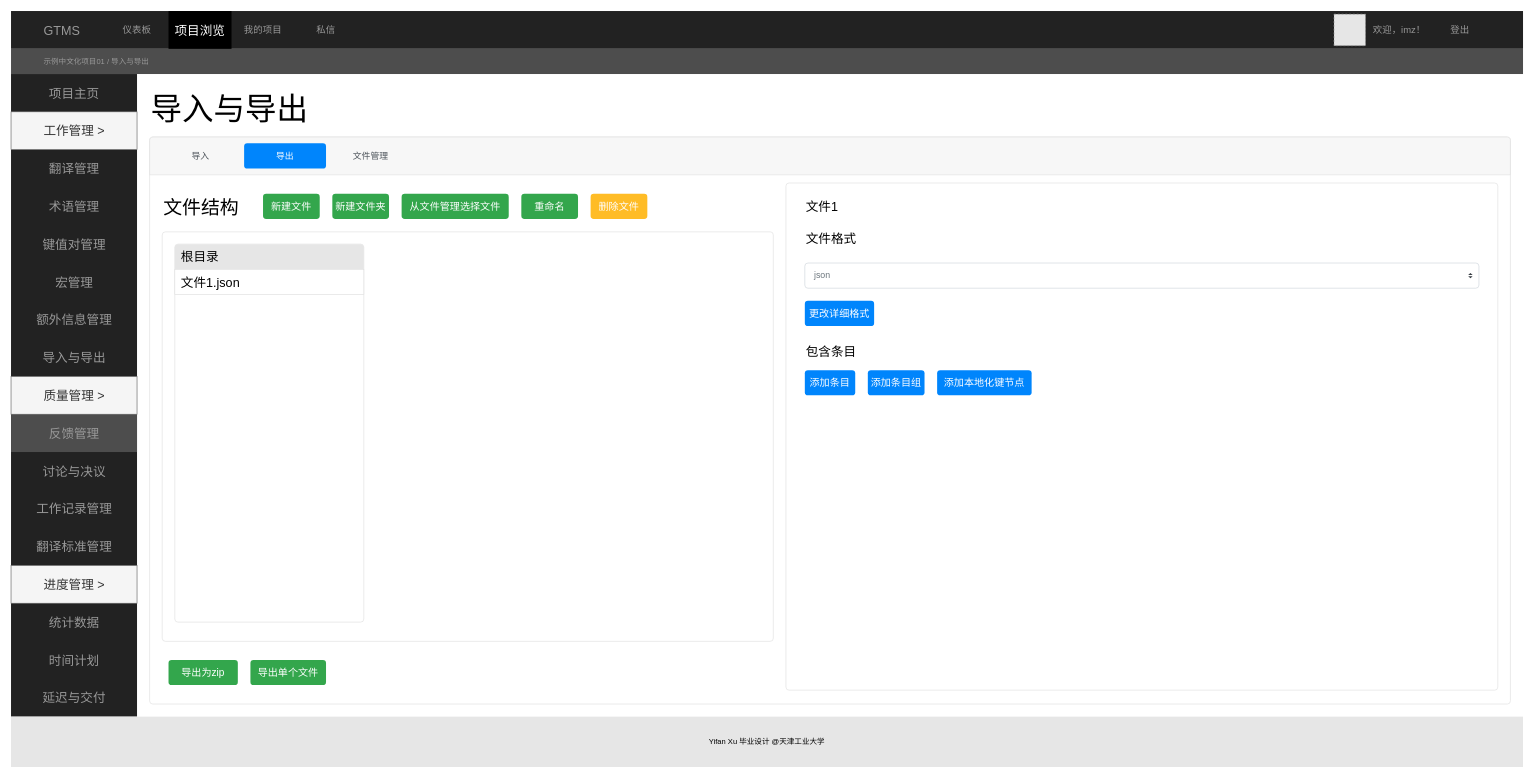
icemeowzhi/bach_final_diags keeps this draw.io diagram as 反馈管理界面.drawio. Above is the earlier version. Source tidied: cells renumbered, new cells numbered last; positions are measured from the earlier drawing's top-left corner, leaving out a move shared by most shapes. Both pictures are drawn from the tidied source at 63%, with x=0, y=0 at pixel (11, 11). Pictures stored in the file or linked from it are replaced by grey dashed boxes.
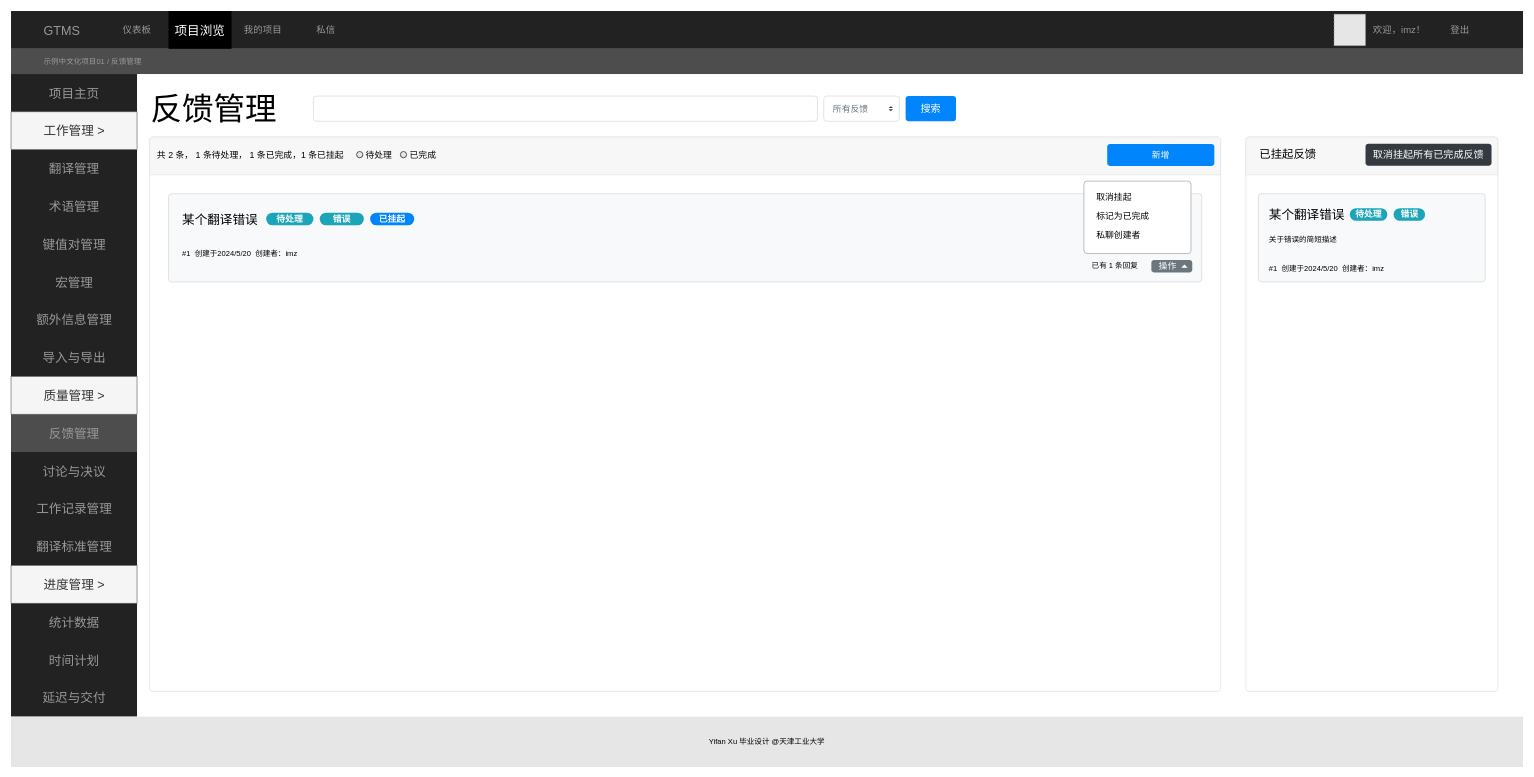
The same diagram, later.

Commit message:
更新反馈管理界面.drawio

Diff of the diagram source:
```diff
@@
+    <mxCell id="61" style="html=1;shadow=0;dashed=0;shape=mxgraph.bootstrap.rrect;rSize=5;strokeColor=#DFDFDF;html=1;whiteSpace=wrap;fillColor=#FFFFFF;fontColor=#000000;" parent="1" vertex="1">
+      <mxGeometry x="1960" y="200" width="400" height="880" as="geometry" />
+    </mxCell>
+    <mxCell id="62" style="html=1;shadow=0;dashed=0;shape=mxgraph.bootstrap.topButton;strokeColor=inherit;fillColor=#F7F7F7;rSize=5;perimeter=none;whiteSpace=wrap;align=center;spacing=20;fontSize=14;" parent="61" vertex="1">
+      <mxGeometry width="400" height="60" relative="1" as="geometry" />
+    </mxCell>
+    <mxCell id="63" value="&lt;div align=&quot;left&quot;&gt;已挂起反馈&lt;/div&gt;" style="text;html=1;align=left;verticalAlign=middle;strokeColor=none;fillColor=none;fontSize=18;" parent="61" vertex="1">
+      <mxGeometry x="20" y="8" width="110" height="40" as="geometry" />
+    </mxCell>
+    <mxCell id="64" style="html=1;shadow=0;dashed=0;shape=mxgraph.bootstrap.rrect;rSize=5;strokeColor=#D2D3D4;html=1;whiteSpace=wrap;fillColor=#F8F9FA;fontColor=#212529;verticalAlign=bottom;align=left;spacing=20;spacingBottom=0;fontSize=14;" parent="61" vertex="1">
+      <mxGeometry x="20" y="90" width="360" height="140" as="geometry" />
+    </mxCell>
+    <mxCell id="65" value="某个翻译错误" style="text;html=1;align=left;verticalAlign=middle;strokeColor=none;fillColor=none;fontSize=20;" parent="61" vertex="1">
+      <mxGeometry x="35" y="103" width="140" height="40" as="geometry" />
+    </mxCell>
+    <mxCell id="66" value="待处理" style="rounded=1;whiteSpace=wrap;html=1;arcSize=50;strokeColor=none;strokeWidth=1;fillColor=#1CA5B8;fontColor=#ffffff;whiteSpace=wrap;align=center;verticalAlign=middle;spacingLeft=0;fontStyle=1;fontSize=14;spacing=10;" parent="61" vertex="1">
+      <mxGeometry x="165" y="113" width="59.6" height="20" as="geometry" />
+    </mxCell>
+    <mxCell id="67" value="错误" style="rounded=1;whiteSpace=wrap;html=1;arcSize=50;strokeColor=none;strokeWidth=1;fillColor=#1CA5B8;fontColor=#ffffff;whiteSpace=wrap;align=center;verticalAlign=middle;spacingLeft=0;fontStyle=1;fontSize=14;spacing=10;" parent="61" vertex="1">
+      <mxGeometry x="234.6" y="113" width="50" height="20" as="geometry" />
+    </mxCell>
+    <mxCell id="68" value="#1&amp;nbsp; 创建于2024/5/20&amp;nbsp; 创建者：imz" style="text;html=1;align=left;verticalAlign=middle;strokeColor=none;fillColor=none;" parent="61" vertex="1">
+      <mxGeometry x="35" y="194" width="210" height="30" as="geometry" />
+    </mxCell>
+    <mxCell id="69" value="关于错误的简短描述" style="text;html=1;align=left;verticalAlign=middle;strokeColor=none;fillColor=none;" parent="61" vertex="1">
+      <mxGeometry x="35" y="148" width="130" height="30" as="geometry" />
+    </mxCell>
+    <mxCell id="70" value="取消挂起所有已完成反馈" style="html=1;shadow=0;dashed=0;shape=mxgraph.bootstrap.rrect;rSize=5;strokeColor=none;strokeWidth=1;fillColor=#343A40;fontColor=#ffffff;whiteSpace=wrap;align=center;verticalAlign=middle;spacingLeft=0;fontStyle=0;fontSize=16;spacing=5;" parent="61" vertex="1">
+      <mxGeometry x="190" y="10.5" width="200" height="35" as="geometry" />
+    </mxCell>
@@
-    <mxCell id="5" value="示例中文化项目01 / 导入与导出" style="html=1;shadow=0;dashed=0;fillColor=none;strokeColor=none;shape=mxgraph.bootstrap.rect;fontColor=#999999;whiteSpace=wrap;align=left;" parent="1" vertex="1">
+    <mxCell id="5" value="示例中文化项目01 / 反馈管理" style="html=1;shadow=0;dashed=0;fillColor=none;strokeColor=none;shape=mxgraph.bootstrap.rect;fontColor=#999999;whiteSpace=wrap;align=left;" parent="1" vertex="1">
       <mxGeometry x="50" y="60" width="340" height="40" as="geometry" />
     </mxCell>
@@
-    <mxCell id="32" value="导入与导出" style="text;html=1;align=left;verticalAlign=middle;strokeColor=none;fillColor=none;fontSize=50;" parent="1" vertex="1">
-      <mxGeometry x="220" y="120" width="270" height="70" as="geometry" />
+    <mxCell id="32" value="反馈管理" style="text;html=1;align=left;verticalAlign=middle;strokeColor=none;fillColor=none;fontSize=50;" parent="1" vertex="1">
+      <mxGeometry x="220" y="120" width="220" height="70" as="geometry" />
     </mxCell>
-    <mxCell id="33" style="html=1;shadow=0;dashed=0;shape=mxgraph.bootstrap.rrect;rSize=5;strokeColor=#DFDFDF;html=1;whiteSpace=wrap;fillColor=#FFFFFF;fontColor=#000000;" parent="1" vertex="1">
-      <mxGeometry x="220" y="200" width="2160" height="900" as="geometry" />
-    </mxCell>
-    <mxCell id="34" style="html=1;shadow=0;dashed=0;shape=mxgraph.bootstrap.topButton;strokeColor=inherit;fillColor=#F7F7F7;rSize=5;perimeter=none;whiteSpace=wrap;align=center;spacing=20;fontSize=14;" parent="33" vertex="1">
-      <mxGeometry width="2160" height="60" relative="1" as="geometry" />
-    </mxCell>
-    <mxCell id="35" value="导出" style="html=1;shadow=0;dashed=0;shape=mxgraph.bootstrap.rrect;arcSize=5;strokeColor=none;fillColor=#0085FC;rSize=5;perimeter=none;whiteSpace=wrap;align=center;spacing=20;fontSize=14;fontColor=#ffffff;" parent="33" vertex="1">
-      <mxGeometry width="130" height="40" relative="1" as="geometry">
-        <mxPoint x="150" y="10" as="offset" />
-      </mxGeometry>
-    </mxCell>
-    <mxCell id="36" value="导入" style="strokeColor=none;fillColor=none;rSize=5;perimeter=none;whiteSpace=wrap;align=center;spacing=20;fontSize=14;fontColor=#0085FC;fontColor=#4B5259;" parent="33" vertex="1">
-      <mxGeometry width="142" height="40" relative="1" as="geometry">
-        <mxPoint x="10" y="10" as="offset" />
-      </mxGeometry>
-    </mxCell>
-    <mxCell id="37" value="&lt;font style=&quot;font-size: 30px;&quot;&gt;文件结构&lt;/font&gt;" style="text;html=1;align=left;verticalAlign=middle;strokeColor=none;fillColor=none;fontSize=50;" parent="33" vertex="1">
-      <mxGeometry x="20" y="70" width="140" height="70" as="geometry" />
-    </mxCell>
-    <mxCell id="38" value="导出为zip" style="html=1;shadow=0;dashed=0;shape=mxgraph.bootstrap.rrect;rSize=5;strokeColor=none;strokeWidth=1;fillColor=#33A64C;fontColor=#FFFFFF;whiteSpace=wrap;align=center;verticalAlign=middle;spacingLeft=0;fontStyle=0;fontSize=16;spacing=5;" parent="33" vertex="1">
-      <mxGeometry x="30" y="830" width="110" height="40" as="geometry" />
-    </mxCell>
-    <mxCell id="39" style="html=1;shadow=0;dashed=0;shape=mxgraph.bootstrap.rrect;rSize=5;strokeColor=#DFDFDF;html=1;whiteSpace=wrap;fillColor=#ffffff;fontColor=#000000;verticalAlign=top;align=left;spacing=20;fontSize=14;" parent="33" vertex="1">
-      <mxGeometry x="1010" y="73" width="1130" height="805" as="geometry" />
-    </mxCell>
-    <mxCell id="40" value="新建文件" style="html=1;shadow=0;dashed=0;shape=mxgraph.bootstrap.rrect;rSize=5;strokeColor=none;strokeWidth=1;fillColor=#33A64C;fontColor=#FFFFFF;whiteSpace=wrap;align=center;verticalAlign=middle;spacingLeft=0;fontStyle=0;fontSize=16;spacing=5;" parent="33" vertex="1">
-      <mxGeometry x="180" y="90" width="90" height="40" as="geometry" />
-    </mxCell>
-    <mxCell id="41" value="删除文件" style="html=1;shadow=0;dashed=0;shape=mxgraph.bootstrap.rrect;rSize=5;strokeColor=none;strokeWidth=1;fillColor=#FFBC26;fontColor=#FFFFFF;whiteSpace=wrap;align=center;verticalAlign=middle;spacingLeft=0;fontStyle=0;fontSize=16;spacing=5;" parent="33" vertex="1">
-      <mxGeometry x="700" y="90" width="90" height="40" as="geometry" />
-    </mxCell>
-    <mxCell id="42" style="html=1;shadow=0;dashed=0;shape=mxgraph.bootstrap.rrect;rSize=5;strokeColor=#DFDFDF;html=1;whiteSpace=wrap;fillColor=#ffffff;fontColor=#000000;verticalAlign=top;align=left;spacing=20;fontSize=14;" parent="33" vertex="1">
-      <mxGeometry x="20" y="150.5" width="970" height="650" as="geometry" />
-    </mxCell>
-    <mxCell id="43" value="新建文件夹" style="html=1;shadow=0;dashed=0;shape=mxgraph.bootstrap.rrect;rSize=5;strokeColor=none;strokeWidth=1;fillColor=#33A64C;fontColor=#FFFFFF;whiteSpace=wrap;align=center;verticalAlign=middle;spacingLeft=0;fontStyle=0;fontSize=16;spacing=5;" parent="33" vertex="1">
-      <mxGeometry x="290" y="90" width="90" height="40" as="geometry" />
-    </mxCell>
-    <mxCell id="44" value="导出单个文件" style="html=1;shadow=0;dashed=0;shape=mxgraph.bootstrap.rrect;rSize=5;strokeColor=none;strokeWidth=1;fillColor=#33A64C;fontColor=#FFFFFF;whiteSpace=wrap;align=center;verticalAlign=middle;spacingLeft=0;fontStyle=0;fontSize=16;spacing=5;" parent="33" vertex="1">
-      <mxGeometry x="160" y="830" width="120" height="40" as="geometry" />
-    </mxCell>
-    <mxCell id="45" value="从文件管理选择文件" style="html=1;shadow=0;dashed=0;shape=mxgraph.bootstrap.rrect;rSize=5;strokeColor=none;strokeWidth=1;fillColor=#33A64C;fontColor=#FFFFFF;whiteSpace=wrap;align=center;verticalAlign=middle;spacingLeft=0;fontStyle=0;fontSize=16;spacing=5;" parent="33" vertex="1">
-      <mxGeometry x="400" y="90" width="170" height="40" as="geometry" />
-    </mxCell>
-    <mxCell id="46" value="文件1" style="text;html=1;align=left;verticalAlign=middle;strokeColor=none;fillColor=none;fontSize=20;" parent="33" vertex="1">
-      <mxGeometry x="1040" y="90" width="70" height="40" as="geometry" />
-    </mxCell>
-    <mxCell id="47" value="文件格式" style="text;html=1;align=left;verticalAlign=middle;strokeColor=none;fillColor=none;fontSize=20;" parent="33" vertex="1">
-      <mxGeometry x="1040" y="140" width="100" height="40" as="geometry" />
-    </mxCell>
-    <mxCell id="48" value="包含条目" style="text;html=1;align=left;verticalAlign=middle;strokeColor=none;fillColor=none;fontSize=20;" parent="33" vertex="1">
-      <mxGeometry x="1040" y="320" width="100" height="40" as="geometry" />
-    </mxCell>
-    <mxCell id="49" value="json" style="html=1;shadow=0;dashed=0;shape=mxgraph.bootstrap.rrect;rSize=5;fillColor=#ffffff;strokeColor=#CED4DA;align=left;spacing=15;fontSize=14;fontColor=#6C767D;" parent="33" vertex="1">
-      <mxGeometry x="1040" y="200" width="1070" height="40" as="geometry" />
-    </mxCell>
-    <mxCell id="50" style="shape=triangle;direction=south;fillColor=#343A40;strokeColor=none;perimeter=none;" parent="49" vertex="1">
-      <mxGeometry x="1" y="0.5" width="7" height="3" relative="1" as="geometry">
-        <mxPoint x="-17" y="1" as="offset" />
-      </mxGeometry>
-    </mxCell>
-    <mxCell id="51" style="shape=triangle;direction=north;fillColor=#343A40;strokeColor=none;perimeter=none;" parent="49" vertex="1">
-      <mxGeometry x="1" y="0.5" width="7" height="3" relative="1" as="geometry">
-        <mxPoint x="-17" y="-4" as="offset" />
-      </mxGeometry>
-    </mxCell>
-    <mxCell id="52" value="更改详细格式" style="html=1;shadow=0;dashed=0;shape=mxgraph.bootstrap.rrect;rSize=5;strokeColor=none;strokeWidth=1;fillColor=#0085FC;fontColor=#FFFFFF;whiteSpace=wrap;align=center;verticalAlign=middle;spacingLeft=0;fontStyle=0;fontSize=16;spacing=5;" parent="33" vertex="1">
-      <mxGeometry x="1040" y="260" width="110" height="40" as="geometry" />
-    </mxCell>
-    <mxCell id="53" value="添加条目" style="html=1;shadow=0;dashed=0;shape=mxgraph.bootstrap.rrect;rSize=5;strokeColor=none;strokeWidth=1;fillColor=#0085FC;fontColor=#FFFFFF;whiteSpace=wrap;align=center;verticalAlign=middle;spacingLeft=0;fontStyle=0;fontSize=16;spacing=5;" parent="33" vertex="1">
-      <mxGeometry x="1040" y="370" width="80" height="40" as="geometry" />
-    </mxCell>
-    <mxCell id="54" value="添加条目组" style="html=1;shadow=0;dashed=0;shape=mxgraph.bootstrap.rrect;rSize=5;strokeColor=none;strokeWidth=1;fillColor=#0085FC;fontColor=#FFFFFF;whiteSpace=wrap;align=center;verticalAlign=middle;spacingLeft=0;fontStyle=0;fontSize=16;spacing=5;" parent="33" vertex="1">
-      <mxGeometry x="1140" y="370" width="90" height="40" as="geometry" />
-    </mxCell>
-    <mxCell id="55" value="添加本地化键节点" style="html=1;shadow=0;dashed=0;shape=mxgraph.bootstrap.rrect;rSize=5;strokeColor=none;strokeWidth=1;fillColor=#0085FC;fontColor=#FFFFFF;whiteSpace=wrap;align=center;verticalAlign=middle;spacingLeft=0;fontStyle=0;fontSize=16;spacing=5;" parent="33" vertex="1">
-      <mxGeometry x="1250" y="370" width="150" height="40" as="geometry" />
-    </mxCell>
-    <mxCell id="56" style="html=1;shadow=0;dashed=0;shape=mxgraph.bootstrap.rrect;rSize=5;strokeColor=#DFDFDF;html=1;whiteSpace=wrap;fillColor=#FFFFFF;fontColor=#000000;" parent="33" vertex="1">
-      <mxGeometry x="40" y="170" width="300" height="600" as="geometry" />
-    </mxCell>
-    <mxCell id="57" value="根目录" style="strokeColor=none;fillColor=#E6E6E6;html=1;shadow=0;dashed=0;shape=mxgraph.bootstrap.topButton;rSize=5;perimeter=none;whiteSpace=wrap;align=left;spacing=10;fontSize=20;" parent="56" vertex="1">
-      <mxGeometry width="300" height="40" relative="1" as="geometry" />
-    </mxCell>
-    <mxCell id="58" value="文件1.json" style="strokeColor=inherit;fillColor=inherit;gradientColor=inherit;fontColor=inherit;html=1;shadow=0;dashed=0;perimeter=none;whiteSpace=wrap;align=left;spacing=10;fontSize=20;" parent="56" vertex="1">
-      <mxGeometry width="300" height="40" relative="1" as="geometry">
-        <mxPoint y="40" as="offset" />
-      </mxGeometry>
-    </mxCell>
-    <mxCell id="59" value="文件管理" style="strokeColor=none;fillColor=none;rSize=5;perimeter=none;whiteSpace=wrap;align=center;spacing=20;fontSize=14;fontColor=#0085FC;fontColor=#4B5259;" parent="33" vertex="1">
-      <mxGeometry x="280" y="10" width="142" height="40" as="geometry" />
-    </mxCell>
-    <mxCell id="60" value="重命名" style="html=1;shadow=0;dashed=0;shape=mxgraph.bootstrap.rrect;rSize=5;strokeColor=none;strokeWidth=1;fillColor=#33A64C;fontColor=#FFFFFF;whiteSpace=wrap;align=center;verticalAlign=middle;spacingLeft=0;fontStyle=0;fontSize=16;spacing=5;" parent="33" vertex="1">
-      <mxGeometry x="590" y="90" width="90" height="40" as="geometry" />
-    </mxCell>
+    <mxCell id="71" style="html=1;shadow=0;dashed=0;shape=mxgraph.bootstrap.rrect;rSize=5;strokeColor=#CED4DA;html=1;whiteSpace=wrap;fillColor=#FFFFFF;fontColor=#7D868C;align=left;spacing=15;spacingLeft=40;fontSize=14;" parent="1" vertex="1">
+      <mxGeometry x="480" y="135" width="800" height="40" as="geometry" />
+    </mxCell>
+    <mxCell id="72" value="搜索" style="html=1;shadow=0;dashed=0;shape=mxgraph.bootstrap.rrect;rSize=5;strokeColor=none;strokeWidth=1;fillColor=#0085FC;fontColor=#FFFFFF;whiteSpace=wrap;align=center;verticalAlign=middle;spacingLeft=0;fontStyle=0;fontSize=16;spacing=5;" parent="1" vertex="1">
+      <mxGeometry x="1420" y="135" width="80" height="40" as="geometry" />
+    </mxCell>
+    <mxCell id="73" value="所有反馈" style="html=1;shadow=0;dashed=0;shape=mxgraph.bootstrap.rrect;rSize=5;fillColor=#ffffff;strokeColor=#CED4DA;align=left;spacing=15;fontSize=14;fontColor=#6C767D;" parent="1" vertex="1">
+      <mxGeometry x="1290" y="135" width="120" height="40" as="geometry" />
+    </mxCell>
+    <mxCell id="74" style="shape=triangle;direction=south;fillColor=#343A40;strokeColor=none;perimeter=none;" parent="73" vertex="1">
+      <mxGeometry x="1" y="0.5" width="7" height="3" relative="1" as="geometry">
+        <mxPoint x="-17" y="1" as="offset" />
+      </mxGeometry>
+    </mxCell>
+    <mxCell id="75" style="shape=triangle;direction=north;fillColor=#343A40;strokeColor=none;perimeter=none;" parent="73" vertex="1">
+      <mxGeometry x="1" y="0.5" width="7" height="3" relative="1" as="geometry">
+        <mxPoint x="-17" y="-4" as="offset" />
+      </mxGeometry>
+    </mxCell>
+    <mxCell id="76" style="html=1;shadow=0;dashed=0;shape=mxgraph.bootstrap.rrect;rSize=5;strokeColor=#DFDFDF;html=1;whiteSpace=wrap;fillColor=#FFFFFF;fontColor=#000000;" parent="1" vertex="1">
+      <mxGeometry x="220" y="200" width="1700" height="880" as="geometry" />
+    </mxCell>
+    <mxCell id="77" style="html=1;shadow=0;dashed=0;shape=mxgraph.bootstrap.topButton;strokeColor=inherit;fillColor=#F7F7F7;rSize=5;perimeter=none;whiteSpace=wrap;align=center;spacing=20;fontSize=14;" parent="76" vertex="1">
+      <mxGeometry width="1700" height="60" relative="1" as="geometry" />
+    </mxCell>
+    <mxCell id="78" value="新增" style="html=1;shadow=0;dashed=0;shape=mxgraph.bootstrap.rrect;arcSize=5;strokeColor=none;fillColor=#0085FC;rSize=5;perimeter=none;whiteSpace=wrap;align=center;spacing=20;fontSize=14;fontColor=#ffffff;" parent="76" vertex="1">
+      <mxGeometry width="170" height="35" relative="1" as="geometry">
+        <mxPoint x="1520" y="11" as="offset" />
+      </mxGeometry>
+    </mxCell>
+    <mxCell id="79" value="&lt;font style=&quot;font-size: 14px;&quot;&gt;共 2 条， 1 条待处理， 1 条已完成，1 条已挂起&lt;br&gt;&lt;/font&gt;" style="text;html=1;align=left;verticalAlign=middle;strokeColor=none;fillColor=none;" parent="76" vertex="1">
+      <mxGeometry x="10.3" y="13" width="320" height="30" as="geometry" />
+    </mxCell>
+    <mxCell id="80" value="待处理" style="html=1;shadow=0;dashed=0;shape=mxgraph.bootstrap.radioButton2;labelPosition=right;verticalLabelPosition=middle;align=left;verticalAlign=middle;gradientColor=#DEDEDE;fillColor=#EDEDED;checked=0;spacing=5;checkedFill=#0085FC;checkedStroke=#ffffff;fontSize=14;" parent="76" vertex="1">
+      <mxGeometry x="328.5" y="23" width="9.9" height="10" as="geometry" />
+    </mxCell>
+    <mxCell id="81" value="已完成" style="html=1;shadow=0;dashed=0;shape=mxgraph.bootstrap.radioButton2;labelPosition=right;verticalLabelPosition=middle;align=left;verticalAlign=middle;gradientColor=#DEDEDE;fillColor=#EDEDED;checked=0;spacing=5;checkedFill=#0085FC;checkedStroke=#ffffff;fontSize=14;" parent="76" vertex="1">
+      <mxGeometry x="398" y="23" width="9.9" height="10" as="geometry" />
+    </mxCell>
+    <mxCell id="82" style="html=1;shadow=0;dashed=0;shape=mxgraph.bootstrap.rrect;rSize=5;strokeColor=#D2D3D4;html=1;whiteSpace=wrap;fillColor=#F8F9FA;fontColor=#212529;verticalAlign=bottom;align=left;spacing=20;spacingBottom=0;fontSize=14;" parent="76" vertex="1">
+      <mxGeometry x="30" y="90" width="1640" height="140" as="geometry" />
+    </mxCell>
+    <mxCell id="83" value="某个翻译错误" style="text;html=1;align=left;verticalAlign=middle;strokeColor=none;fillColor=none;fontSize=20;" parent="76" vertex="1">
+      <mxGeometry x="50" y="110" width="140" height="40" as="geometry" />
+    </mxCell>
+    <mxCell id="84" value="待处理" style="rounded=1;whiteSpace=wrap;html=1;arcSize=50;strokeColor=none;strokeWidth=1;fillColor=#1CA5B8;fontColor=#ffffff;whiteSpace=wrap;align=center;verticalAlign=middle;spacingLeft=0;fontStyle=1;fontSize=14;spacing=10;" parent="76" vertex="1">
+      <mxGeometry x="185" y="120" width="75" height="20" as="geometry" />
+    </mxCell>
+    <mxCell id="85" value="错误" style="rounded=1;whiteSpace=wrap;html=1;arcSize=50;strokeColor=none;strokeWidth=1;fillColor=#1CA5B8;fontColor=#ffffff;whiteSpace=wrap;align=center;verticalAlign=middle;spacingLeft=0;fontStyle=1;fontSize=14;spacing=10;" parent="76" vertex="1">
+      <mxGeometry x="270" y="120" width="70" height="20" as="geometry" />
+    </mxCell>
+    <mxCell id="86" value="#1&amp;nbsp; 创建于2024/5/20&amp;nbsp; 创建者：imz" style="text;html=1;align=left;verticalAlign=middle;strokeColor=none;fillColor=none;" parent="76" vertex="1">
+      <mxGeometry x="50" y="170" width="210" height="30" as="geometry" />
+    </mxCell>
+    <mxCell id="87" value="&lt;div&gt;已有 1 条回复&lt;br&gt;&lt;/div&gt;" style="text;html=1;align=right;verticalAlign=middle;strokeColor=none;fillColor=none;" parent="76" vertex="1">
+      <mxGeometry x="1470" y="190" width="100" height="30" as="geometry" />
+    </mxCell>
+    <mxCell id="88" value="操作" style="html=1;shadow=0;dashed=0;shape=mxgraph.bootstrap.rrect;rSize=5;strokeColor=none;strokeWidth=1;fillColor=#6C767D;fontColor=#ffffff;whiteSpace=wrap;align=left;verticalAlign=middle;fontStyle=0;fontSize=14;spacingLeft=10;" parent="76" vertex="1">
+      <mxGeometry x="1590" y="195" width="65" height="20" as="geometry" />
+    </mxCell>
+    <mxCell id="89" style="shape=triangle;direction=east;fillColor=#ffffff;strokeColor=none;perimeter=none;rotation=270;" parent="88" vertex="1">
+      <mxGeometry x="1" y="0.5" width="5" height="10" relative="1" as="geometry">
+        <mxPoint x="-15" y="-5" as="offset" />
+      </mxGeometry>
+    </mxCell>
+    <mxCell id="90" value="&lt;div align=&quot;center&quot;&gt;已挂起&lt;/div&gt;" style="rounded=1;whiteSpace=wrap;html=1;arcSize=50;strokeColor=none;strokeWidth=1;fillColor=#0085FC;fontColor=#FFFFFF;whiteSpace=wrap;align=center;verticalAlign=middle;spacingLeft=0;fontStyle=1;fontSize=14;spacing=10;" parent="76" vertex="1">
+      <mxGeometry x="350" y="120" width="70" height="20" as="geometry" />
+    </mxCell>
+    <mxCell id="91" style="html=1;shadow=0;dashed=0;shape=mxgraph.bootstrap.rrect;rSize=5;fillColor=#ffffff;strokeColor=#999999;" parent="76" vertex="1">
+      <mxGeometry x="1483" y="70" width="170" height="115" as="geometry" />
+    </mxCell>
+    <mxCell id="92" value="取消挂起" style="fillColor=none;strokeColor=none;align=left;spacing=20;fontSize=14;" parent="91" vertex="1">
+      <mxGeometry width="170" height="30" relative="1" as="geometry">
+        <mxPoint y="10" as="offset" />
+      </mxGeometry>
+    </mxCell>
+    <mxCell id="93" value="标记为已完成" style="fillColor=none;strokeColor=none;align=left;spacing=20;fontSize=14;" parent="91" vertex="1">
+      <mxGeometry width="170" height="30" relative="1" as="geometry">
+        <mxPoint y="40" as="offset" />
+      </mxGeometry>
+    </mxCell>
+    <mxCell id="94" value="私聊创建者" style="fillColor=none;strokeColor=none;align=left;spacing=20;fontSize=14;" parent="91" vertex="1">
+      <mxGeometry width="170" height="30" relative="1" as="geometry">
+        <mxPoint y="70" as="offset" />
+      </mxGeometry>
+    </mxCell>
```
